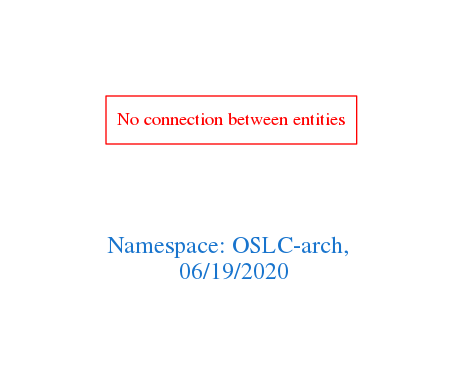
The Graphviz diagram downloads/OSLC-arch.png in arago/OGIT, before a commit. Its source is kept beside it as downloads/OSLC-arch.dot.
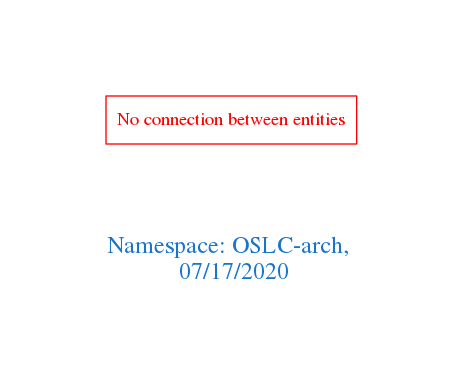
After the commit.

The edit, as a diff of the source:
```diff
@@ -1,7 +1,7 @@
 digraph OGIT_ontology {
  graph [ rankdir= LR,pad=1
 fontsize = 18,
-fontcolor= dodgerblue3,label = "\n\n\nNamespace: OSLC-arch, \n 06/19/2020"];
+fontcolor= dodgerblue3,label = "\n\n\nNamespace: OSLC-arch, \n 07/17/2020"];
 node[shape=polygon];
 edge [  color="gray81"];
 
```
